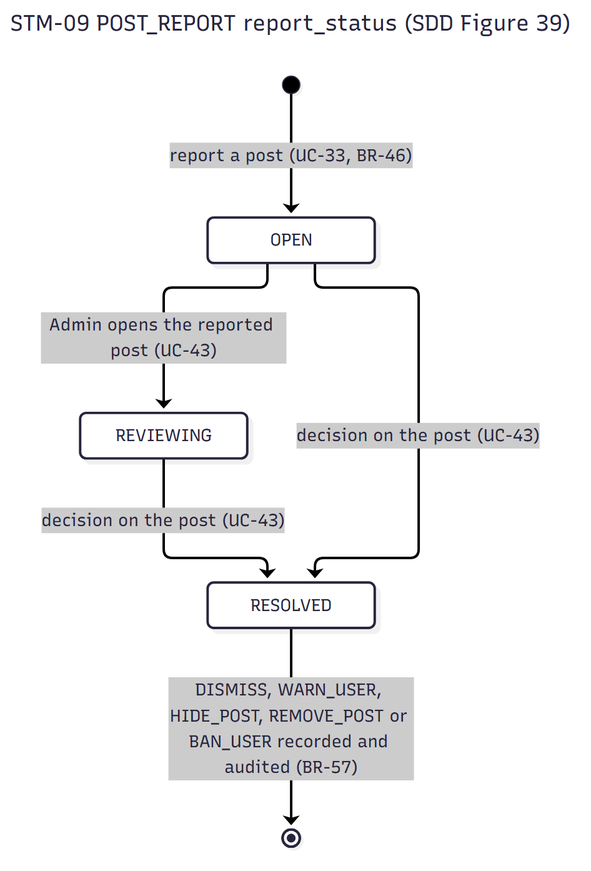
Before: specs/diagrams/state/STM-09_post_report.png, a diagram exported from Mermaid (nguyenluc2411/cryptopilot_project). Its source is kept beside it as specs/diagrams/state/STM-09_post_report.mmd.
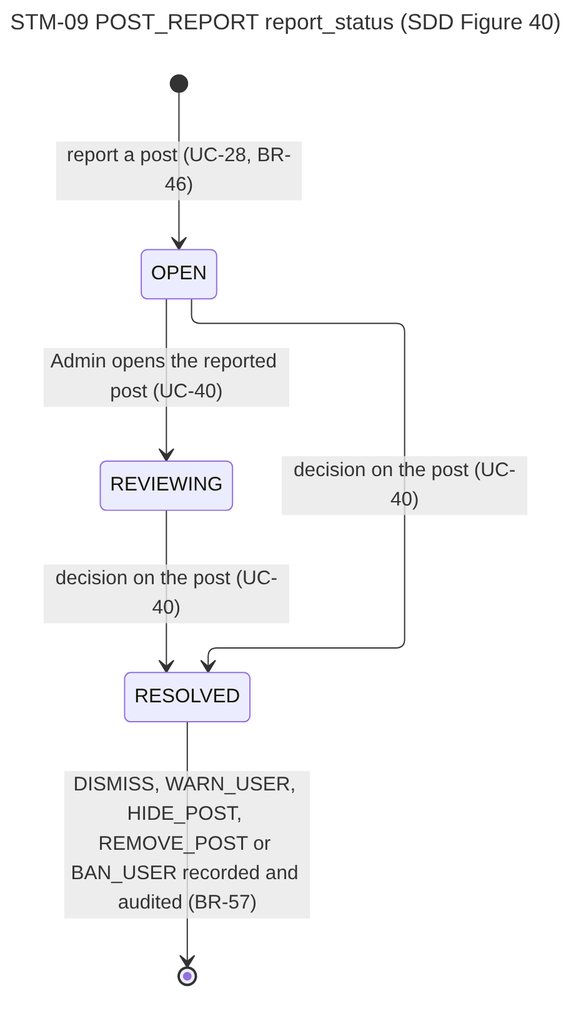
Later version of the same file.

Diff of the diagram source:
```diff
@@ -1,9 +1,9 @@
 ---
-title: STM-09 POST_REPORT report_status (SDD Figure 39)
+title: STM-09 POST_REPORT report_status (SDD Figure 40)
 ---
 stateDiagram-v2
-    [*] --> OPEN : report a post (UC-33, BR-46)
-    OPEN --> REVIEWING : Admin opens the reported post (UC-43)
-    OPEN --> RESOLVED : decision on the post (UC-43)
-    REVIEWING --> RESOLVED : decision on the post (UC-43)
+    [*] --> OPEN : report a post (UC-28, BR-46)
+    OPEN --> REVIEWING : Admin opens the reported post (UC-40)
+    OPEN --> RESOLVED : decision on the post (UC-40)
+    REVIEWING --> RESOLVED : decision on the post (UC-40)
     RESOLVED --> [*] : DISMISS, WARN_USER, HIDE_POST, REMOVE_POST or BAN_USER recorded and audited (BR-57)
```
